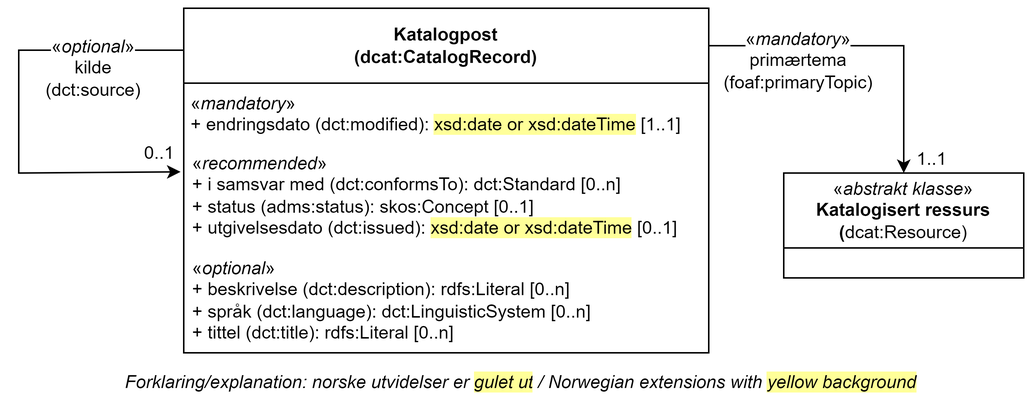
Before: docs/images/Klassen-Katalogpost.png, a diagram exported from draw.io (Informasjonsforvaltning/dcat-ap-no). Source tidied: cells renumbered, new cells last; positions are measured from the earlier drawing's top-left corner, leaving out a move shared by most shapes.
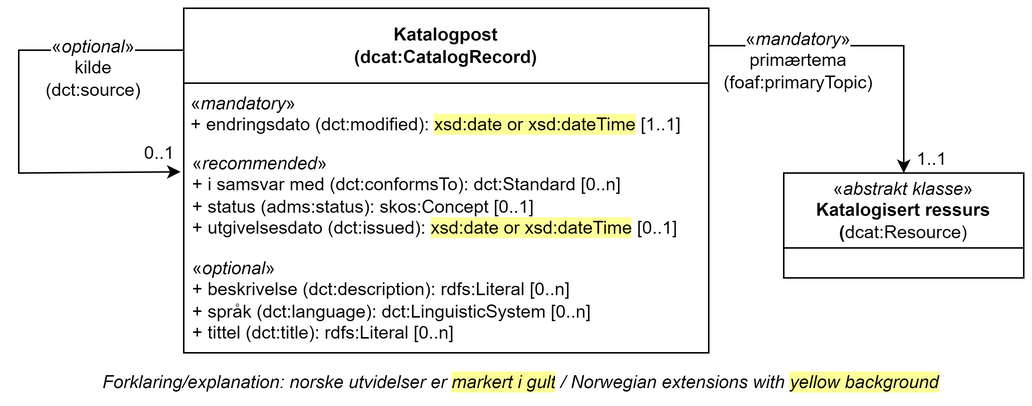
After the commit.

The edit, as a diff of the source:
```diff
@@ -46,8 +46,8 @@
     <mxCell id="12" value="0..1" style="text;html=1;strokeColor=none;fillColor=none;align=center;verticalAlign=middle;whiteSpace=wrap;rounded=0;" parent="1" vertex="1">
       <mxGeometry x="74" y="82" width="40" height="30" as="geometry" />
     </mxCell>
-    <mxCell id="13" value="Forklaring/explanation: norske utvidelser er&amp;nbsp;&lt;span style=&quot;background-color: rgb(255, 255, 153);&quot;&gt;gulet ut&lt;/span&gt;&lt;span style=&quot;background-color: rgb(255 , 255 , 255)&quot;&gt;&amp;nbsp;/&amp;nbsp;Norwegian extensions with &lt;/span&gt;&lt;span style=&quot;background-color: rgb(255, 255, 153);&quot;&gt;yellow background&lt;/span&gt;" style="text;html=1;strokeColor=none;fillColor=none;align=center;verticalAlign=middle;whiteSpace=wrap;rounded=0;fontStyle=2;" parent="1" vertex="1">
-      <mxGeometry y="240" width="670" height="20" as="geometry" />
-    </mxCell>
+    <mxCell id="14" value="Forklaring/explanation: norske utvidelser er&amp;nbsp;&lt;span style=&quot;background-color: rgb(255, 255, 153);&quot;&gt;markert i gult&lt;/span&gt;&lt;span style=&quot;background-color: rgb(255 , 255 , 255)&quot;&gt;&amp;nbsp;/&amp;nbsp;Norwegian extensions with &lt;/span&gt;&lt;span style=&quot;background-color: rgb(255, 255, 153);&quot;&gt;yellow background&lt;/span&gt;" style="text;html=1;strokeColor=none;fillColor=none;align=center;verticalAlign=middle;whiteSpace=wrap;rounded=0;fontStyle=2;" parent="1" vertex="1">
+      <mxGeometry y="240" width="670" height="20" as="geometry" />
+    </mxCell>
   </root>
 </mxGraphModel>
```
